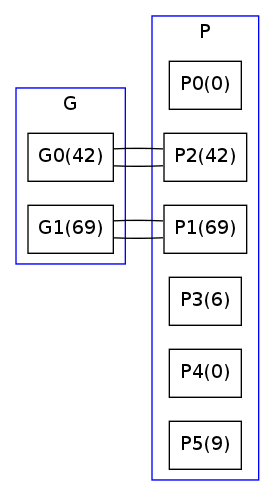
This is evaluation/BG.png from asanoja/segmentations, a Graphviz export, as it was before one commit. Its source is kept beside it as evaluation/BG.dot.
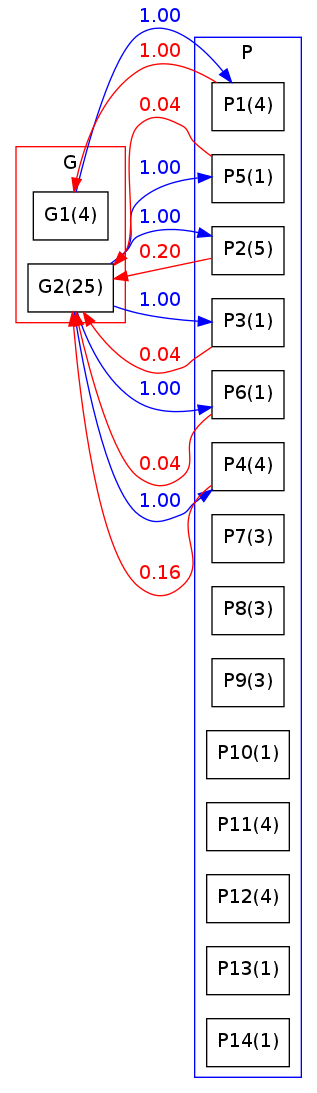
Above is the later version.

The edit, as a diff of the source:
```diff
@@ -1,27 +1,44 @@
-graph BCG {
+strict digraph BCG {
 rankdir=LR;
-splines=false;
+splines=true;
+concentrate = true;
 node [shape=rectangle];
 subgraph cluster_G {
 label = "G";
-color=blue;
+color=red;
 rank="same"
-G0 [label="G0(42)"];
-G1 [label="G1(69)"];
+G1 [label="G1(4)"];
+G2 [label="G2(25)"];
 }
 subgraph cluster_P {
 label = "P";
 color=blue;
 rank="same"
-P0 [label="P0(0)"];
-P1 [label="P1(69)"];
-P2 [label="P2(42)"];
-P3 [label="P3(6)"];
-P4 [label="P4(0)"];
-P5 [label="P5(9)"];
+P1 [label="P1(4)"];
+P2 [label="P2(5)"];
+P3 [label="P3(1)"];
+P4 [label="P4(4)"];
+P5 [label="P5(1)"];
+P6 [label="P6(1)"];
+P7 [label="P7(3)"];
+P8 [label="P8(3)"];
+P9 [label="P9(3)"];
+P10 [label="P10(1)"];
+P11 [label="P11(4)"];
+P12 [label="P12(4)"];
+P13 [label="P13(1)"];
+P14 [label="P14(1)"];
 }
-G0 -- P2;
-P2 -- G0;
-G1 -- P1;
-P1 -- G1;
+P1 -> G1  [label="1.00",color="red",fontcolor="red"];
+G1 -> P1 [label="1.00",color="blue",fontcolor="blue"];
+P2 -> G2  [label="0.20",color="red",fontcolor="red"];
+G2 -> P2[label="1.00",color="blue",fontcolor="blue"];
+P3 -> G2  [label="0.04",color="red",fontcolor="red"];
+G2 -> P3[label="1.00",color="blue",fontcolor="blue"];
+P4 -> G2  [label="0.16",color="red",fontcolor="red"];
+G2 -> P4[label="1.00",color="blue",fontcolor="blue"];
+P5 -> G2  [label="0.04",color="red",fontcolor="red"];
+G2 -> P5[label="1.00",color="blue",fontcolor="blue"];
+P6 -> G2  [label="0.04",color="red",fontcolor="red"];
+G2 -> P6[label="1.00",color="blue",fontcolor="blue"];
 }
```
